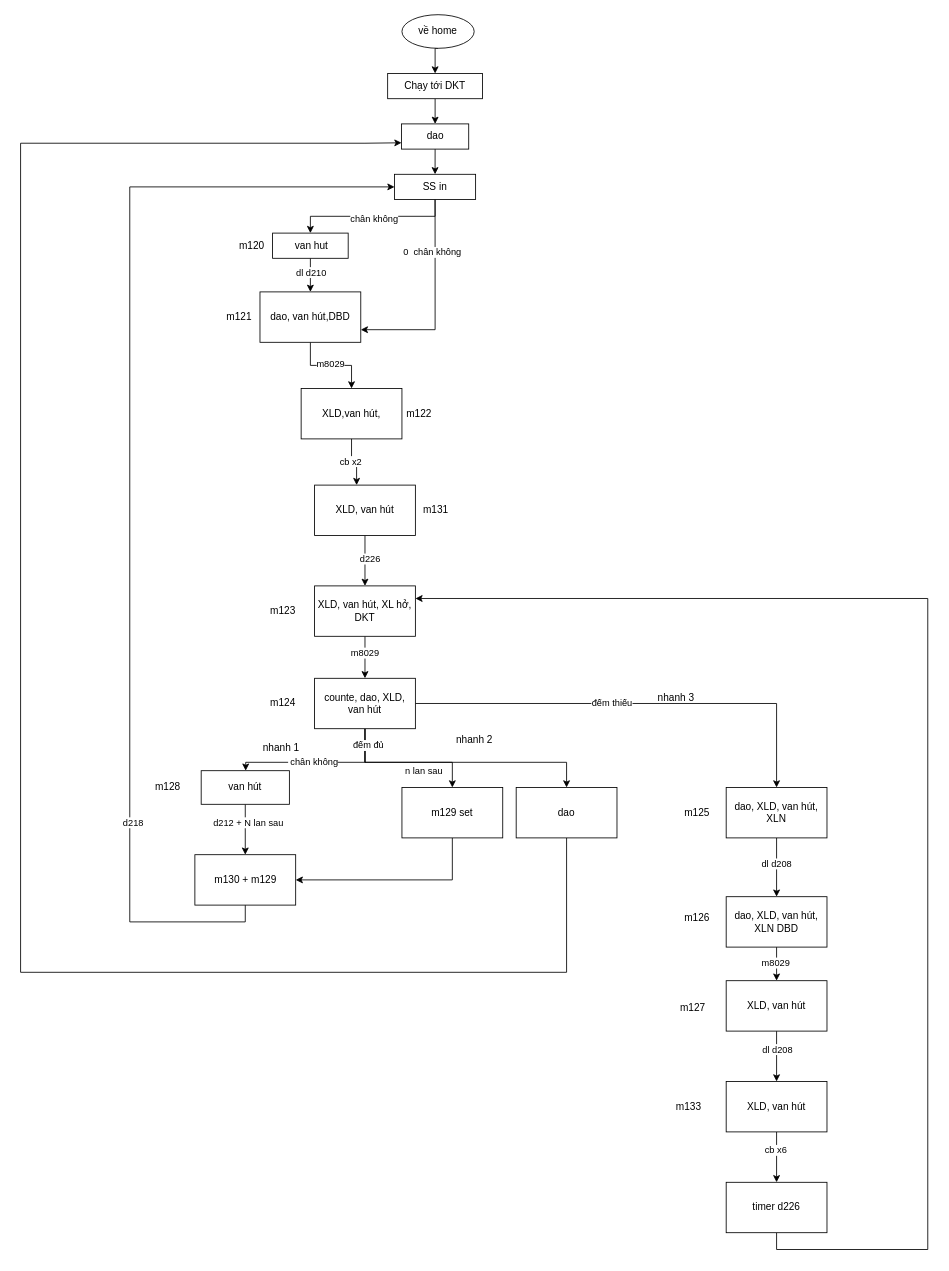
Above: trai muc sau.drawio in robowindgit/a0-quyencun (draw.io), before the change. Source tidied: cells renumbered, new cells numbered last; positions are measured from the earlier drawing's top-left corner, leaving out a move shared by most shapes. Both pictures are drawn from the tidied source at 84%, with x=0, y=0 at pixel (20, 14).
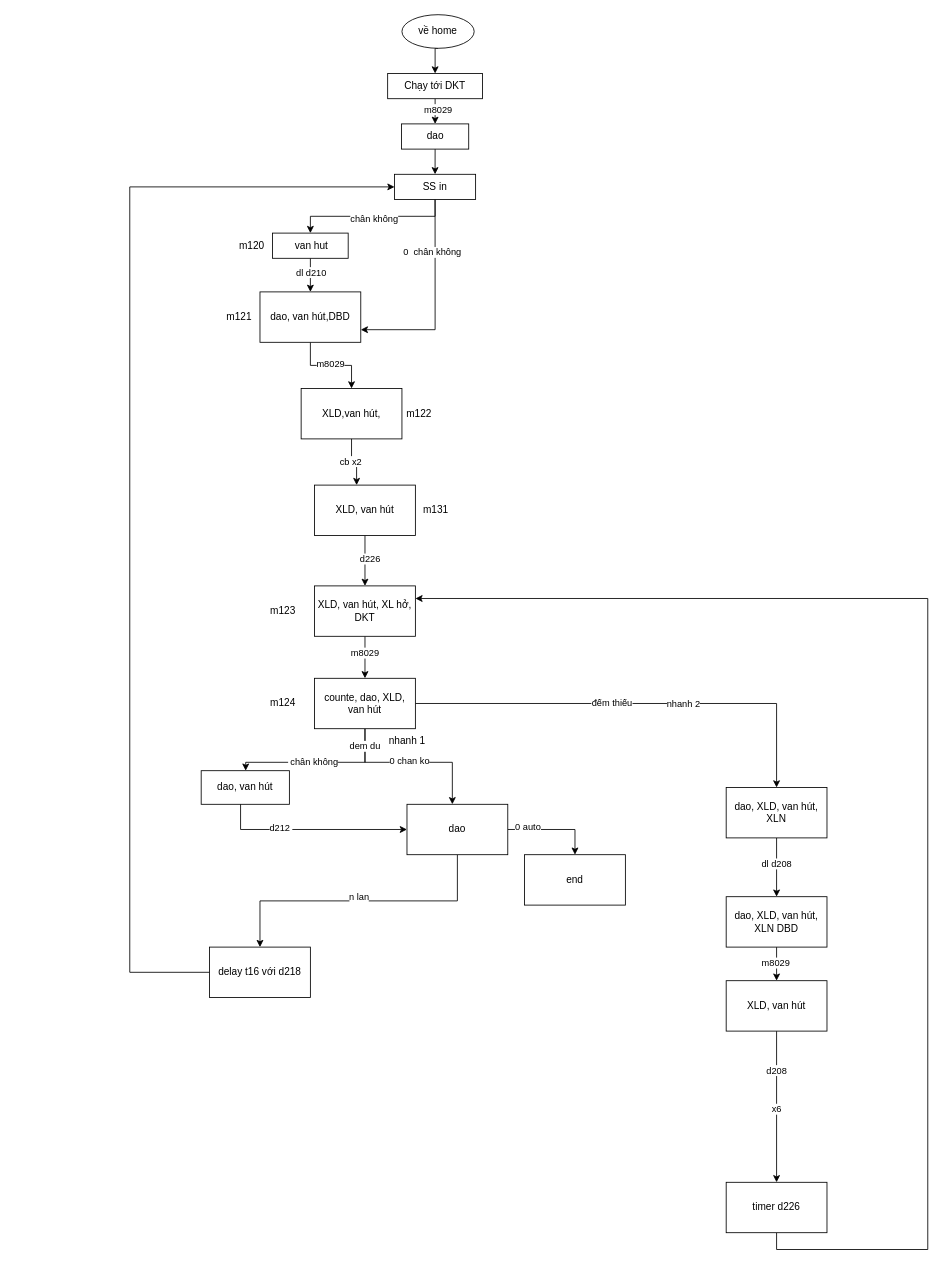
The same diagram, later.

The change refers to these unchanged cells:
```xml
<mxCell id="4" style="edgeStyle=orthogonalEdgeStyle;rounded=0;jettySize=auto;html=1;exitX=0.5;exitY=1;exitDx=0;exitDy=0;entryX=0.5;entryY=0;entryDx=0;entryDy=0;" parent="1" edge="1" source="5" target="7">
  <mxGeometry relative="1" as="geometry" />
</mxCell>
<mxCell id="7" value="dao" style="whiteSpace=wrap;html=1;" parent="1" vertex="1">
  <mxGeometry x="453.5" y="130" width="80" height="30" as="geometry" />
</mxCell>
<mxCell id="12" value="SS in" style="whiteSpace=wrap;html=1;" parent="1" vertex="1">
  <mxGeometry x="445.2" y="190" width="96.5" height="30" as="geometry" />
</mxCell>
<mxCell id="35" style="edgeStyle=orthogonalEdgeStyle;rounded=0;jettySize=auto;html=1;exitX=0.5;exitY=1;exitDx=0;exitDy=0;" parent="1" edge="1" source="41" target="51">
  <mxGeometry relative="1" as="geometry">
    <Array as="points">
      <mxPoint x="410" y="890" />
      <mxPoint x="514" y="890" />
    </Array>
  </mxGeometry>
</mxCell>
<mxCell id="39" style="edgeStyle=orthogonalEdgeStyle;rounded=0;jettySize=auto;html=1;exitX=1;exitY=0.5;exitDx=0;exitDy=0;entryX=0.5;entryY=0;entryDx=0;entryDy=0;" parent="1" edge="1" source="41" target="56">
  <mxGeometry relative="1" as="geometry" />
</mxCell>
<mxCell id="41" value="counte, dao, XLD, van hút" style="whiteSpace=wrap;html=1;" parent="1" vertex="1">
  <mxGeometry x="350" y="790" width="120" height="60" as="geometry" />
</mxCell>
<mxCell id="64" value="XLD, van hút" style="whiteSpace=wrap;html=1;" parent="1" vertex="1">
  <mxGeometry x="840" y="1150" width="120" height="60" as="geometry" />
</mxCell>
<mxCell id="71" value="timer d226" style="whiteSpace=wrap;html=1;" parent="1" vertex="1">
  <mxGeometry x="840" y="1390" width="120" height="60" as="geometry" />
</mxCell>
```

Diff of the diagram source:
```diff
@@
+    <mxCell id="75" value="m8029" style="edgeLabel;html=1;align=center;verticalAlign=middle;" parent="4" vertex="1">
+      <mxGeometry x="-0.19" y="3" relative="1" as="geometry" />
+    </mxCell>
@@
-    <mxCell id="36" value="n lan sau" style="edgeLabel;html=1;align=center;verticalAlign=middle;" parent="35" vertex="1">
-      <mxGeometry x="-0.25" y="3" relative="1" as="geometry">
-        <mxPoint x="44" y="13" as="offset" />
-      </mxGeometry>
-    </mxCell>
-    <mxCell id="37" style="edgeStyle=orthogonalEdgeStyle;rounded=0;jettySize=auto;html=1;exitX=0.5;exitY=1;exitDx=0;exitDy=0;entryX=0.5;entryY=0;entryDx=0;entryDy=0;" parent="1" edge="1" source="41" target="53">
-      <mxGeometry relative="1" as="geometry">
-        <Array as="points">
-          <mxPoint x="410" y="890" />
-          <mxPoint x="650" y="890" />
-        </Array>
-      </mxGeometry>
-    </mxCell>
-    <mxCell id="38" value="đếm đủ" style="edgeLabel;html=1;align=center;verticalAlign=middle;" parent="37" vertex="1">
-      <mxGeometry x="-0.88" y="3" relative="1" as="geometry" />
-    </mxCell>
+    <mxCell id="76" value="0 chan ko" style="edgeLabel;html=1;align=center;verticalAlign=middle;" parent="35" vertex="1">
+      <mxGeometry x="-0.12" y="-2" relative="1" as="geometry">
+        <mxPoint x="7" y="-4" as="offset" />
+      </mxGeometry>
+    </mxCell>
+    <mxCell id="77" value="dem du" style="edgeLabel;html=1;align=center;verticalAlign=middle;" parent="35" vertex="1">
+      <mxGeometry x="-0.79" y="-1" relative="1" as="geometry" />
+    </mxCell>
@@
+    <mxCell id="74" value="nhanh 2" style="edgeLabel;html=1;align=center;verticalAlign=middle;" parent="39" vertex="1">
+      <mxGeometry x="0.2" relative="1" as="geometry" />
+    </mxCell>
@@
-    <mxCell id="43" style="edgeStyle=orthogonalEdgeStyle;rounded=0;jettySize=auto;html=1;exitX=0.5;exitY=1;exitDx=0;exitDy=0;entryX=0.5;entryY=0;entryDx=0;entryDy=0;" parent="1" edge="1" source="45" target="49">
-      <mxGeometry relative="1" as="geometry" />
+    <mxCell id="43" style="edgeStyle=orthogonalEdgeStyle;rounded=0;jettySize=auto;html=1;exitX=0.5;exitY=1;exitDx=0;exitDy=0;entryX=0;entryY=0.5;entryDx=0;entryDy=0;" parent="1" edge="1" target="51">
+      <mxGeometry relative="1" as="geometry">
+        <mxPoint x="261.9" y="935" as="sourcePoint" />
+        <Array as="points">
+          <mxPoint x="262" y="970" />
+        </Array>
+      </mxGeometry>
     </mxCell>
-    <mxCell id="44" value="d212 + N lan sau" style="edgeLabel;html=1;align=center;verticalAlign=middle;" parent="43" vertex="1">
+    <mxCell id="44" value="d212&amp;nbsp;" style="edgeLabel;html=1;align=center;verticalAlign=middle;" parent="43" vertex="1">
       <mxGeometry x="-0.29" y="3" relative="1" as="geometry" />
     </mxCell>
-    <mxCell id="45" value="van hút" style="whiteSpace=wrap;html=1;" parent="1" vertex="1">
+    <mxCell id="45" value="dao, van hút" style="whiteSpace=wrap;html=1;" parent="1" vertex="1">
       <mxGeometry x="215" y="900" width="105" height="40" as="geometry" />
     </mxCell>
-    <mxCell id="46" value="m128" style="text;html=1;align=center;verticalAlign=middle;strokeColor=none;fillColor=none;" parent="1" vertex="1">
-      <mxGeometry x="150" y="905" width="50" height="30" as="geometry" />
-    </mxCell>
-    <mxCell id="47" style="edgeStyle=orthogonalEdgeStyle;rounded=0;jettySize=auto;html=1;exitX=0.5;exitY=1;exitDx=0;exitDy=0;entryX=0;entryY=0.5;entryDx=0;entryDy=0;" parent="1" edge="1" source="49" target="12">
+    <mxCell id="47" style="edgeStyle=orthogonalEdgeStyle;rounded=0;jettySize=auto;html=1;exitX=0;exitY=0.5;exitDx=0;exitDy=0;entryX=0;entryY=0.5;entryDx=0;entryDy=0;" parent="1" edge="1" source="84" target="12">
       <mxGeometry relative="1" as="geometry">
         <Array as="points">
-          <mxPoint x="268" y="1080" />
-          <mxPoint x="130" y="1080" />
+          <mxPoint x="130" y="1140" />
           <mxPoint x="130" y="205" />
         </Array>
       </mxGeometry>
     </mxCell>
-    <mxCell id="48" value="d218" style="edgeLabel;html=1;align=center;verticalAlign=middle;" parent="47" vertex="1">
-      <mxGeometry x="-0.59" y="-3" relative="1" as="geometry" />
-    </mxCell>
-    <mxCell id="49" value="m130 + m129" style="whiteSpace=wrap;html=1;" parent="1" vertex="1">
-      <mxGeometry x="207.5" y="1000" width="120" height="60" as="geometry" />
-    </mxCell>
-    <mxCell id="50" style="edgeStyle=orthogonalEdgeStyle;rounded=0;jettySize=auto;html=1;exitX=0.5;exitY=1;exitDx=0;exitDy=0;entryX=1;entryY=0.5;entryDx=0;entryDy=0;" parent="1" edge="1" source="51" target="49">
+    <mxCell id="50" style="edgeStyle=orthogonalEdgeStyle;rounded=0;jettySize=auto;html=1;exitX=0.5;exitY=1;exitDx=0;exitDy=0;entryX=0.5;entryY=0;entryDx=0;entryDy=0;" parent="1" edge="1" source="51" target="84">
       <mxGeometry relative="1" as="geometry" />
     </mxCell>
+    <mxCell id="78" value="n lan" style="edgeLabel;html=1;align=center;verticalAlign=middle;" parent="50" vertex="1">
+      <mxGeometry y="-5" relative="1" as="geometry" />
+    </mxCell>
+    <mxCell id="79" style="edgeStyle=orthogonalEdgeStyle;rounded=0;jettySize=auto;html=1;exitX=1;exitY=0.5;exitDx=0;exitDy=0;entryX=0.5;entryY=0;entryDx=0;entryDy=0;" parent="1" edge="1" source="51" target="85">
+      <mxGeometry relative="1" as="geometry" />
+    </mxCell>
+    <mxCell id="80" value="0 auto" style="edgeLabel;html=1;align=center;verticalAlign=middle;" parent="79" vertex="1">
+      <mxGeometry x="-0.59" y="4" relative="1" as="geometry" />
+    </mxCell>
-    <mxCell id="51" value="m129 set" style="whiteSpace=wrap;html=1;" parent="1" vertex="1">
-      <mxGeometry x="454" y="920" width="120" height="60" as="geometry" />
+    <mxCell id="51" value="dao" style="whiteSpace=wrap;html=1;" parent="1" vertex="1">
+      <mxGeometry x="460" y="940" width="120" height="60" as="geometry" />
     </mxCell>
-    <mxCell id="52" style="edgeStyle=orthogonalEdgeStyle;rounded=0;jettySize=auto;html=1;entryX=0;entryY=0.75;entryDx=0;entryDy=0;exitX=0.5;exitY=1;exitDx=0;exitDy=0;" parent="1" edge="1" source="53" target="7">
-      <mxGeometry relative="1" as="geometry">
-        <Array as="points">
-          <mxPoint x="650" y="1140" />
-          <mxPoint y="1140" />
-          <mxPoint y="153" />
-          <mxPoint x="410" y="153" />
-        </Array>
-      </mxGeometry>
-    </mxCell>
-    <mxCell id="53" value="dao" style="whiteSpace=wrap;html=1;" parent="1" vertex="1">
-      <mxGeometry x="590" y="920" width="120" height="60" as="geometry" />
-    </mxCell>
@@
-    <mxCell id="57" value="m125" style="text;html=1;align=center;verticalAlign=middle;strokeColor=none;fillColor=none;" parent="1" vertex="1">
-      <mxGeometry x="780" y="935" width="50" height="30" as="geometry" />
-    </mxCell>
@@
-    <mxCell id="61" value="m126" style="text;html=1;align=center;verticalAlign=middle;strokeColor=none;fillColor=none;" parent="1" vertex="1">
-      <mxGeometry x="780" y="1060" width="50" height="30" as="geometry" />
-    </mxCell>
-    <mxCell id="62" style="edgeStyle=orthogonalEdgeStyle;rounded=0;jettySize=auto;html=1;exitX=0.5;exitY=1;exitDx=0;exitDy=0;" parent="1" edge="1" source="64" target="68">
-      <mxGeometry relative="1" as="geometry" />
-    </mxCell>
-    <mxCell id="63" value="dl d208" style="edgeLabel;html=1;align=center;verticalAlign=middle;" parent="62" vertex="1">
-      <mxGeometry x="-0.3" relative="1" as="geometry" />
-    </mxCell>
+    <mxCell id="81" style="edgeStyle=orthogonalEdgeStyle;rounded=0;jettySize=auto;html=1;exitX=0.5;exitY=1;exitDx=0;exitDy=0;entryX=0.5;entryY=0;entryDx=0;entryDy=0;" parent="1" edge="1" source="64" target="71">
+      <mxGeometry relative="1" as="geometry" />
+    </mxCell>
+    <mxCell id="82" value="d208" style="edgeLabel;html=1;align=center;verticalAlign=middle;" parent="81" vertex="1">
+      <mxGeometry x="-0.49" y="-1" relative="1" as="geometry" />
+    </mxCell>
+    <mxCell id="83" value="x6" style="edgeLabel;html=1;align=center;verticalAlign=middle;" parent="81" vertex="1">
+      <mxGeometry x="0.02" y="-1" relative="1" as="geometry" />
+    </mxCell>
@@
-    <mxCell id="65" value="m127" style="text;html=1;align=center;verticalAlign=middle;strokeColor=none;fillColor=none;" parent="1" vertex="1">
-      <mxGeometry x="775" y="1168" width="50" height="30" as="geometry" />
-    </mxCell>
-    <mxCell id="66" style="edgeStyle=orthogonalEdgeStyle;rounded=0;jettySize=auto;html=1;" parent="1" edge="1" source="68" target="71">
-      <mxGeometry relative="1" as="geometry" />
-    </mxCell>
-    <mxCell id="67" value="cb x6" style="edgeLabel;html=1;align=center;verticalAlign=middle;" parent="66" vertex="1">
-      <mxGeometry x="-0.31" y="-2" relative="1" as="geometry" />
-    </mxCell>
-    <mxCell id="68" value="XLD, van hút" style="whiteSpace=wrap;html=1;" parent="1" vertex="1">
-      <mxGeometry x="840" y="1270" width="120" height="60" as="geometry" />
-    </mxCell>
-    <mxCell id="69" value="m133" style="text;html=1;align=center;verticalAlign=middle;strokeColor=none;fillColor=none;" parent="1" vertex="1">
-      <mxGeometry x="770" y="1285" width="50" height="30" as="geometry" />
-    </mxCell>
@@
-    <mxCell id="72" value="nhanh 3" style="text;html=1;align=center;verticalAlign=middle;strokeColor=none;fillColor=none;" parent="1" vertex="1">
-      <mxGeometry x="745" y="798" width="70" height="30" as="geometry" />
-    </mxCell>
+    <mxCell id="84" value="delay t16 với d218" style="whiteSpace=wrap;html=1;" parent="1" vertex="1">
+      <mxGeometry x="225" y="1110" width="120" height="60" as="geometry" />
+    </mxCell>
+    <mxCell id="85" value="end" style="whiteSpace=wrap;html=1;" parent="1" vertex="1">
+      <mxGeometry x="600" y="1000" width="120" height="60" as="geometry" />
+    </mxCell>
     <mxCell id="73" value="nhanh 1" style="text;html=1;align=center;verticalAlign=middle;strokeColor=none;fillColor=none;" parent="1" vertex="1">
-      <mxGeometry x="275" y="858" width="70" height="30" as="geometry" />
+      <mxGeometry x="425" y="850" width="70" height="30" as="geometry" />
     </mxCell>
-    <mxCell id="74" value="nhanh 2" style="text;html=1;align=center;verticalAlign=middle;strokeColor=none;fillColor=none;" parent="1" vertex="1">
-      <mxGeometry x="505" y="848" width="70" height="30" as="geometry" />
-    </mxCell>
```
